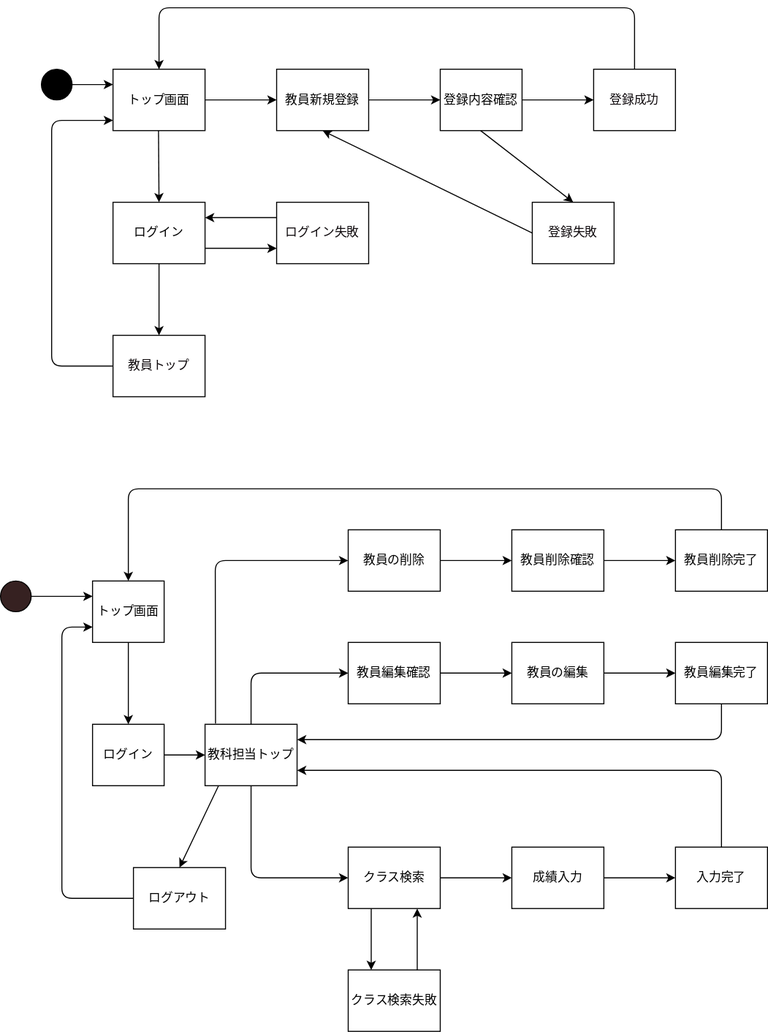
Before: a.drawio.svg, a diagram exported from draw.io (IshiYoshi765/uml-introduction). Source tidied: cells renumbered, new cells last; positions are measured from the earlier drawing's top-left corner, leaving out a move shared by most shapes.
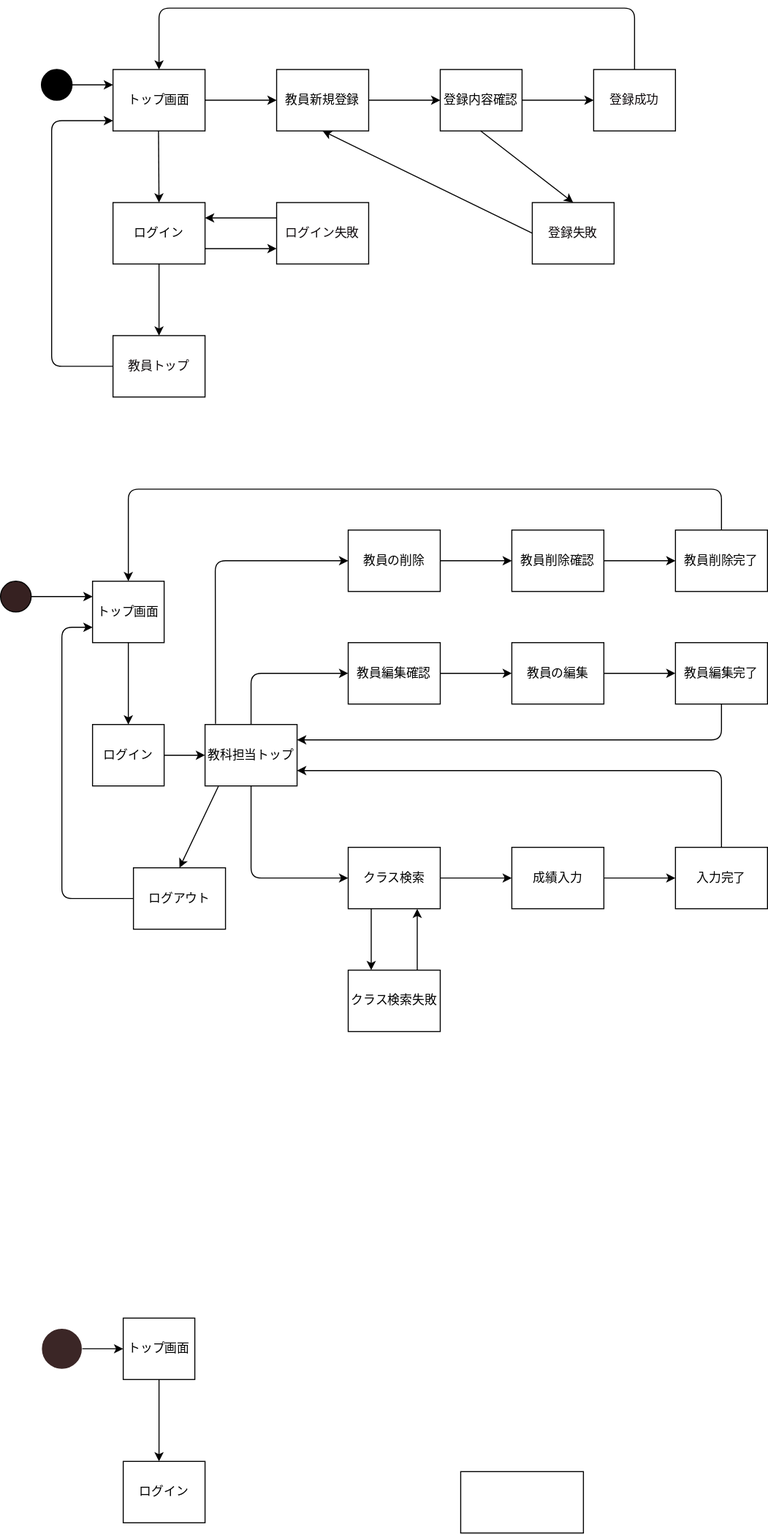
The same file after the commit.

Change to the diagram source:
```diff
@@ -228,5 +228,25 @@
     <mxCell id="57" style="endArrow=classic;html=1;fontColor=none;exitX=0.75;exitY=0;exitDx=0;exitDy=0;entryX=0.75;entryY=1;entryDx=0;entryDy=0;" parent="1" edge="1" source="55" target="27">
       <mxGeometry relative="1" as="geometry" />
     </mxCell>
+    <mxCell id="58" style="ellipse;whiteSpace=wrap;html=1;labelBackgroundColor=#FFFFFF;strokeColor=#FFFFFF;fontColor=none;fillColor=#3b2626;" parent="1" vertex="1">
+      <mxGeometry x="40" y="1290" width="40" height="40" as="geometry" />
+    </mxCell>
+    <mxCell id="59" value="トップ画面" style="rounded=0;whiteSpace=wrap;html=1;labelBackgroundColor=#FFFFFF;" parent="1" vertex="1">
+      <mxGeometry x="120" y="1280" width="70" height="60" as="geometry" />
+    </mxCell>
+    <mxCell id="60" value="ログイン" style="rounded=0;whiteSpace=wrap;html=1;labelBackgroundColor=#FFFFFF;" parent="1" vertex="1">
+      <mxGeometry x="120" y="1420" width="80" height="60" as="geometry" />
+    </mxCell>
+    <mxCell id="61" style="rounded=0;whiteSpace=wrap;html=1;labelBackgroundColor=#FFFFFF;" parent="1" vertex="1">
+      <mxGeometry x="450" y="1430" width="120" height="60" as="geometry" />
+    </mxCell>
+    <mxCell id="62" style="endArrow=classic;html=1;fontColor=none;exitX=1;exitY=0.5;exitDx=0;exitDy=0;entryX=0;entryY=0.5;entryDx=0;entryDy=0;" parent="1" edge="1" source="58" target="59">
+      <mxGeometry relative="1" as="geometry" />
+    </mxCell>
+    <mxCell id="63" style="endArrow=classic;html=1;fontColor=none;exitX=0.5;exitY=1;exitDx=0;exitDy=0;" parent="1" edge="1" source="59">
+      <mxGeometry relative="1" as="geometry">
+        <mxPoint x="155" y="1420" as="targetPoint" />
+      </mxGeometry>
+    </mxCell>
   </root>
 </mxGraphModel>
```
